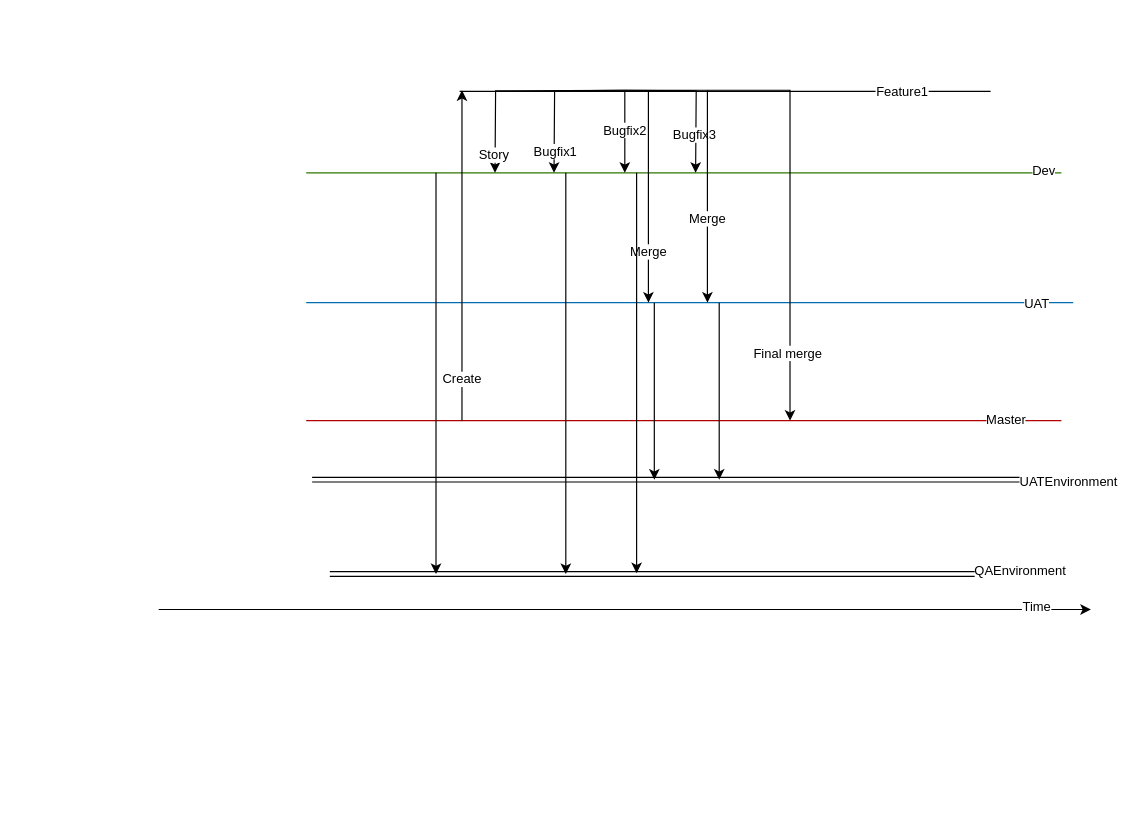
The draw.io diagram 1Feature.drawio in sshevchenko777/POC, before the edit. Source tidied: cells renumbered, new cells numbered last; positions are measured from the earlier drawing's top-left corner, leaving out a move shared by most shapes. Both pictures are drawn from the tidied source at 118%, with x=0, y=0 at pixel (158, 90).
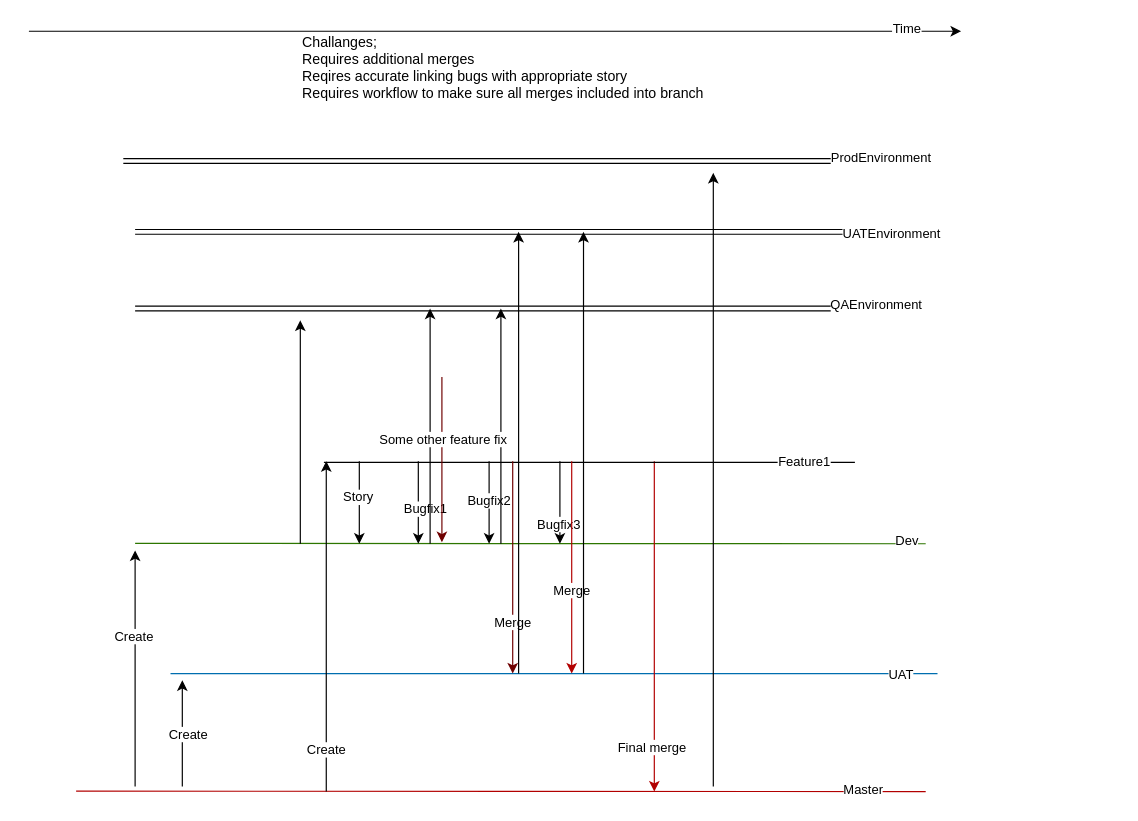
Above is the later version.

Change to the diagram source:
```diff
@@
     <mxCell id="2" style="endArrow=none;html=1;rounded=0;fillColor=#60a917;strokeColor=#2D7600;" parent="1" edge="1">
       <mxGeometry relative="1" as="geometry">
-        <mxPoint x="125" y="70" as="sourcePoint" />
-        <mxPoint x="765" y="70" as="targetPoint" />
+        <mxPoint x="-20" y="384" as="sourcePoint" />
+        <mxPoint x="650" y="384.3" as="targetPoint" />
       </mxGeometry>
     </mxCell>
@@
     <mxCell id="4" style="endArrow=none;html=1;rounded=0;fillColor=#1ba1e2;strokeColor=#006EAF;" parent="1" edge="1">
       <mxGeometry relative="1" as="geometry">
-        <mxPoint x="125" y="180" as="sourcePoint" />
-        <mxPoint x="775" y="180" as="targetPoint" />
+        <mxPoint x="10" y="494.3" as="sourcePoint" />
+        <mxPoint x="660" y="494.3" as="targetPoint" />
       </mxGeometry>
     </mxCell>
@@
     <mxCell id="6" style="endArrow=none;html=1;rounded=0;fillColor=#e51400;strokeColor=#B20000;" parent="1" edge="1">
       <mxGeometry relative="1" as="geometry">
-        <mxPoint x="125" y="280" as="sourcePoint" />
-        <mxPoint x="765" y="280" as="targetPoint" />
+        <mxPoint x="-70" y="594" as="sourcePoint" />
+        <mxPoint x="650" y="594.3" as="targetPoint" />
       </mxGeometry>
     </mxCell>
@@
-    <mxCell id="8" style="edgeStyle=orthogonalEdgeStyle;rounded=0;orthogonalLoop=1;jettySize=auto;html=1;exitX=0.5;exitY=1;exitDx=0;exitDy=0;" parent="1" edge="1">
+    <mxCell id="8" style="edgeStyle=orthogonalEdgeStyle;rounded=0;orthogonalLoop=1;jettySize=auto;html=1;" parent="1" edge="1">
       <mxGeometry relative="1" as="geometry">
-        <mxPoint x="395" as="sourcePoint" />
-        <mxPoint x="285" y="70" as="targetPoint" />
+        <mxPoint x="170" y="314.3" as="sourcePoint" />
+        <mxPoint x="170" y="384.3" as="targetPoint" />
       </mxGeometry>
     </mxCell>
     <mxCell id="9" value="Story" style="edgeLabel;html=1;align=center;verticalAlign=middle;" parent="8" vertex="1">
-      <mxGeometry x="0.83" y="-2" relative="1" as="geometry" />
+      <mxGeometry x="0.83" y="-2" relative="1" as="geometry">
+        <mxPoint y="-34" as="offset" />
+      </mxGeometry>
     </mxCell>
-    <mxCell id="10" style="edgeStyle=orthogonalEdgeStyle;rounded=0;orthogonalLoop=1;jettySize=auto;html=1;exitX=0.5;exitY=1;exitDx=0;exitDy=0;" parent="1" edge="1">
+    <mxCell id="10" style="edgeStyle=orthogonalEdgeStyle;rounded=0;orthogonalLoop=1;jettySize=auto;html=1;fillColor=#e51400;strokeColor=#B20000;" parent="1" edge="1">
       <mxGeometry relative="1" as="geometry">
-        <mxPoint x="395" as="sourcePoint" />
-        <mxPoint x="535" y="280" as="targetPoint" />
+        <mxPoint x="420" y="314.3" as="sourcePoint" />
+        <mxPoint x="420" y="594.3" as="targetPoint" />
         <Array as="points">
-          <mxPoint x="535" />
+          <mxPoint x="420" y="314.3" />
         </Array>
       </mxGeometry>
     </mxCell>
@@
-    <mxCell id="12" style="edgeStyle=orthogonalEdgeStyle;rounded=0;orthogonalLoop=1;jettySize=auto;html=1;exitX=0.5;exitY=1;exitDx=0;exitDy=0;" parent="1" edge="1">
+    <mxCell id="12" style="edgeStyle=orthogonalEdgeStyle;rounded=0;orthogonalLoop=1;jettySize=auto;html=1;" parent="1" edge="1">
       <mxGeometry relative="1" as="geometry">
-        <mxPoint x="395" as="sourcePoint" />
-        <mxPoint x="335" y="70" as="targetPoint" />
+        <mxPoint x="220" y="314.3" as="sourcePoint" />
+        <mxPoint x="220" y="384.3" as="targetPoint" />
       </mxGeometry>
     </mxCell>
     <mxCell id="13" value="Bugfix1" style="edgeLabel;html=1;align=center;verticalAlign=middle;" parent="12" vertex="1">
       <mxGeometry x="0.71" relative="1" as="geometry">
-        <mxPoint y="1" as="offset" />
+        <mxPoint x="5" y="-20" as="offset" />
       </mxGeometry>
     </mxCell>
-    <mxCell id="14" style="edgeStyle=orthogonalEdgeStyle;rounded=0;orthogonalLoop=1;jettySize=auto;html=1;exitX=0.5;exitY=1;exitDx=0;exitDy=0;" parent="1" edge="1">
+    <mxCell id="14" style="edgeStyle=orthogonalEdgeStyle;rounded=0;orthogonalLoop=1;jettySize=auto;html=1;" parent="1" edge="1">
       <mxGeometry relative="1" as="geometry">
-        <mxPoint x="395" as="sourcePoint" />
-        <mxPoint x="455" y="70" as="targetPoint" />
+        <mxPoint x="340" y="314.3" as="sourcePoint" />
+        <mxPoint x="340" y="384.3" as="targetPoint" />
       </mxGeometry>
     </mxCell>
@@
     <mxCell id="16" style="endArrow=classic;html=1;rounded=0;" parent="1" edge="1">
       <mxGeometry relative="1" as="geometry">
-        <mxPoint y="440" as="sourcePoint" />
-        <mxPoint x="790" y="440" as="targetPoint" />
+        <mxPoint x="-110" y="-50" as="sourcePoint" />
+        <mxPoint x="680" y="-50" as="targetPoint" />
       </mxGeometry>
     </mxCell>
@@
     <mxCell id="18" style="endArrow=none;html=1;rounded=0;" parent="1" edge="1">
       <mxGeometry relative="1" as="geometry">
-        <mxPoint x="255" y="1" as="sourcePoint" />
-        <mxPoint x="705" y="1" as="targetPoint" />
+        <mxPoint x="140" y="315.3" as="sourcePoint" />
+        <mxPoint x="590" y="315.3" as="targetPoint" />
       </mxGeometry>
     </mxCell>
     <mxCell id="19" value="Feature1" style="edgeLabel;html=1;align=center;verticalAlign=middle;" parent="18" vertex="1">
-      <mxGeometry x="0.66" y="1" relative="1" as="geometry" />
+      <mxGeometry x="0.66" y="1" relative="1" as="geometry">
+        <mxPoint x="32" as="offset" />
+      </mxGeometry>
     </mxCell>
     <mxCell id="20" style="endArrow=classic;html=1;rounded=0;" parent="1" edge="1">
       <mxGeometry relative="1" as="geometry">
-        <mxPoint x="257" y="280" as="sourcePoint" />
-        <mxPoint x="257" as="targetPoint" />
+        <mxPoint x="142" y="594.3" as="sourcePoint" />
+        <mxPoint x="142" y="314.3" as="targetPoint" />
       </mxGeometry>
     </mxCell>
@@
     <mxCell id="22" style="endArrow=classic;html=1;rounded=0;" parent="1" edge="1">
       <mxGeometry relative="1" as="geometry">
-        <mxPoint x="395" as="sourcePoint" />
-        <mxPoint x="395" y="70" as="targetPoint" />
+        <mxPoint x="280" y="314.3" as="sourcePoint" />
+        <mxPoint x="280" y="384.3" as="targetPoint" />
       </mxGeometry>
     </mxCell>
@@
     <mxCell id="24" style="shape=link;html=1;rounded=0;" parent="1" edge="1">
       <mxGeometry relative="1" as="geometry">
-        <mxPoint x="145" y="410" as="sourcePoint" />
-        <mxPoint x="755" y="410" as="targetPoint" />
+        <mxPoint x="-20" y="185" as="sourcePoint" />
+        <mxPoint x="635" y="185" as="targetPoint" />
       </mxGeometry>
     </mxCell>
@@
     <mxCell id="26" style="endArrow=classic;html=1;rounded=0;" parent="1" edge="1">
       <mxGeometry relative="1" as="geometry">
-        <mxPoint x="235" y="70" as="sourcePoint" />
-        <mxPoint x="235" y="410" as="targetPoint" />
+        <mxPoint x="120" y="384.3" as="sourcePoint" />
+        <mxPoint x="120" y="195" as="targetPoint" />
       </mxGeometry>
     </mxCell>
     <mxCell id="27" style="endArrow=classic;html=1;rounded=0;" parent="1" edge="1">
       <mxGeometry relative="1" as="geometry">
-        <mxPoint x="345" y="70" as="sourcePoint" />
-        <mxPoint x="345" y="410" as="targetPoint" />
+        <mxPoint x="230" y="384.3" as="sourcePoint" />
+        <mxPoint x="230" y="185" as="targetPoint" />
       </mxGeometry>
     </mxCell>
     <mxCell id="28" style="shape=link;html=1;rounded=0;" parent="1" edge="1">
       <mxGeometry relative="1" as="geometry">
-        <mxPoint x="130" y="330" as="sourcePoint" />
-        <mxPoint x="800" y="330" as="targetPoint" />
+        <mxPoint x="-20" y="120" as="sourcePoint" />
+        <mxPoint x="650" y="120" as="targetPoint" />
       </mxGeometry>
     </mxCell>
@@
-    <mxCell id="30" style="endArrow=classic;html=1;rounded=0;" parent="1" edge="1">
+    <mxCell id="30" style="endArrow=classic;html=1;rounded=0;fillColor=#a20025;strokeColor=#6F0000;" parent="1" edge="1">
       <mxGeometry relative="1" as="geometry">
-        <mxPoint x="415" as="sourcePoint" />
-        <mxPoint x="415" y="180" as="targetPoint" />
+        <mxPoint x="300" y="314.3" as="sourcePoint" />
+        <mxPoint x="300" y="494.3" as="targetPoint" />
       </mxGeometry>
     </mxCell>
@@
     <mxCell id="32" style="endArrow=classic;html=1;rounded=0;" parent="1" edge="1">
       <mxGeometry relative="1" as="geometry">
-        <mxPoint x="420" y="180" as="sourcePoint" />
-        <mxPoint x="420" y="330" as="targetPoint" />
+        <mxPoint x="305" y="494.3" as="sourcePoint" />
+        <mxPoint x="305" y="120" as="targetPoint" />
       </mxGeometry>
     </mxCell>
-    <mxCell id="33" style="endArrow=classic;html=1;rounded=0;" parent="1" edge="1">
+    <mxCell id="33" style="endArrow=classic;html=1;rounded=0;fillColor=#e51400;strokeColor=#B20000;" parent="1" edge="1">
       <mxGeometry relative="1" as="geometry">
-        <mxPoint x="465" as="sourcePoint" />
-        <mxPoint x="465" y="180" as="targetPoint" />
+        <mxPoint x="350" y="314.3" as="sourcePoint" />
+        <mxPoint x="350" y="494.3" as="targetPoint" />
       </mxGeometry>
     </mxCell>
@@
     <mxCell id="35" style="endArrow=classic;html=1;rounded=0;" parent="1" edge="1">
       <mxGeometry relative="1" as="geometry">
-        <mxPoint x="475" y="180" as="sourcePoint" />
-        <mxPoint x="475" y="330" as="targetPoint" />
+        <mxPoint x="360" y="494.3" as="sourcePoint" />
+        <mxPoint x="360" y="120" as="targetPoint" />
       </mxGeometry>
     </mxCell>
     <mxCell id="36" style="endArrow=classic;html=1;rounded=0;" parent="1" edge="1">
       <mxGeometry relative="1" as="geometry">
-        <mxPoint x="405" y="70" as="sourcePoint" />
-        <mxPoint x="405" y="409.3" as="targetPoint" />
+        <mxPoint x="290" y="384.3" as="sourcePoint" />
+        <mxPoint x="290" y="185" as="targetPoint" />
       </mxGeometry>
     </mxCell>
+    <mxCell id="37" value="Challanges;&lt;div&gt;Requires additional merges&lt;/div&gt;&lt;div style=&quot;&quot;&gt;Reqires accurate linking bugs with appropriate story&lt;/div&gt;&lt;div style=&quot;&quot;&gt;Requires workflow to make sure all merges included into branch&lt;/div&gt;" style="text;html=1;align=left;verticalAlign=middle;strokeColor=none;fillColor=none;" parent="1" vertex="1">
+      <mxGeometry x="120" y="-54" width="360" height="70" as="geometry" />
+    </mxCell>
+    <mxCell id="38" style="endArrow=classic;html=1;rounded=0;fillColor=#a20025;strokeColor=#6F0000;" parent="1" edge="1">
+      <mxGeometry relative="1" as="geometry">
+        <mxPoint x="240" y="243" as="sourcePoint" />
+        <mxPoint x="240" y="383" as="targetPoint" />
+      </mxGeometry>
+    </mxCell>
+    <mxCell id="39" value="Some other feature fix" style="edgeLabel;html=1;align=center;verticalAlign=middle;" parent="38" vertex="1">
+      <mxGeometry x="-0.64" y="1" relative="1" as="geometry">
+        <mxPoint x="-1" y="27" as="offset" />
+      </mxGeometry>
+    </mxCell>
+    <mxCell id="40" style="shape=link;html=1;rounded=0;" parent="1" edge="1">
+      <mxGeometry relative="1" as="geometry">
+        <mxPoint x="-30" y="60" as="sourcePoint" />
+        <mxPoint x="640" y="60" as="targetPoint" />
+      </mxGeometry>
+    </mxCell>
+    <mxCell id="41" value="ProdEnvironment" style="edgeLabel;html=1;align=center;verticalAlign=middle;" parent="40" vertex="1">
+      <mxGeometry x="0.91" y="4" relative="1" as="geometry">
+        <mxPoint x="1" as="offset" />
+      </mxGeometry>
+    </mxCell>
+    <mxCell id="42" style="endArrow=classic;html=1;rounded=0;" parent="1" edge="1">
+      <mxGeometry relative="1" as="geometry">
+        <mxPoint x="470" y="590" as="sourcePoint" />
+        <mxPoint x="470" y="70" as="targetPoint" />
+      </mxGeometry>
+    </mxCell>
+    <mxCell id="43" style="endArrow=classic;html=1;rounded=0;" parent="1" edge="1">
+      <mxGeometry relative="1" as="geometry">
+        <mxPoint x="20" y="590" as="sourcePoint" />
+        <mxPoint x="20" y="500" as="targetPoint" />
+      </mxGeometry>
+    </mxCell>
+    <mxCell id="44" value="Create" style="edgeLabel;html=1;align=center;verticalAlign=middle;" parent="43" vertex="1">
+      <mxGeometry y="-4" relative="1" as="geometry" />
+    </mxCell>
+    <mxCell id="45" style="endArrow=classic;html=1;rounded=0;" parent="1" edge="1">
+      <mxGeometry relative="1" as="geometry">
+        <mxPoint x="-20" y="590" as="sourcePoint" />
+        <mxPoint x="-20" y="390" as="targetPoint" />
+      </mxGeometry>
+    </mxCell>
+    <mxCell id="46" value="Create" style="edgeLabel;html=1;align=center;verticalAlign=middle;" parent="45" vertex="1">
+      <mxGeometry x="0.28" y="2" relative="1" as="geometry" />
+    </mxCell>
```
